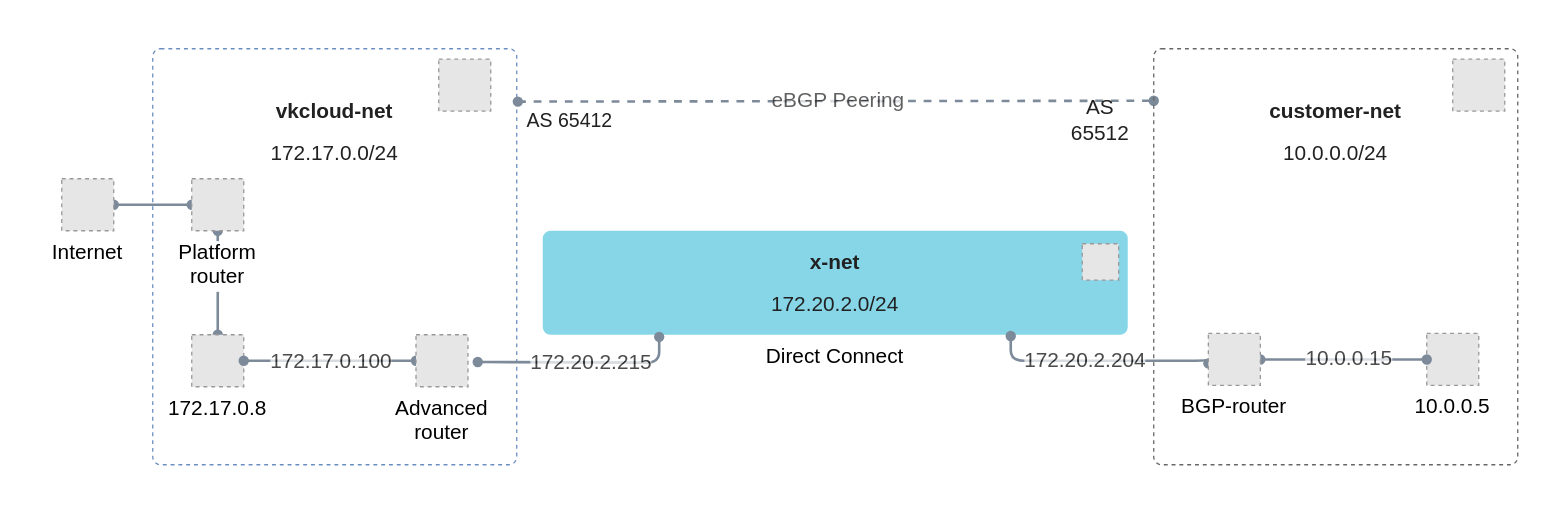
The draw.io diagram page "after" (2 of 2) of docs/ru/networks/vnet/use-cases/advanced-router/assets/advanced-router.drawio in vk-cs/docs-public, before the edit. Source tidied: cells renumbered, new cells numbered last; positions are measured from the earlier drawing's top-left corner, leaving out a move shared by most shapes. Both pictures are drawn from the tidied source at 130%, with x=0, y=0 at pixel (22, 22). Pictures stored in the file or linked from it are replaced by grey dashed boxes.
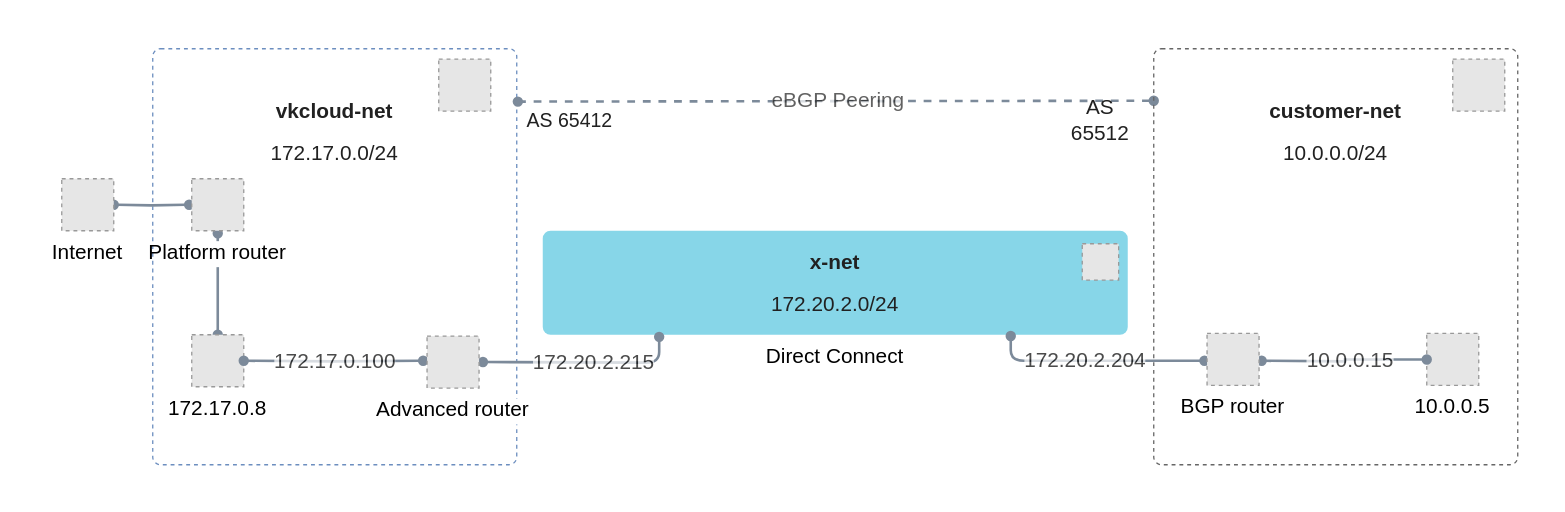
The same diagram, later.

Unchanged cells that the change refers to:
```xml
<mxCell id="8" value="&lt;p style=&quot;line-height: 200%; font-size: 16px;&quot;&gt;&lt;font style=&quot;font-size: 16px;&quot; color=&quot;#212121&quot;&gt;&lt;b&gt;x-net&lt;br&gt;&lt;/b&gt;172.20.2.0/24&lt;br&gt;&lt;/font&gt;&lt;/p&gt;" style="rounded=1;whiteSpace=wrap;html=1;fontFamily=VK Sans Display;strokeColor=none;arcsize=12;fillColor=#87D6E8;spacing=0;spacingTop=12;spacingBottom=12;arcSize=12;absoluteArcSize=1;dashed=1;" parent="1" vertex="1">
  <mxGeometry x="400" y="160" width="450" height="80" as="geometry" />
</mxCell>
<mxCell id="12" value="172.17.0.8" style="fillColor=#E6E6E6;strokeColor=#999999;dashed=1;verticalLabelPosition=bottom;labelBackgroundColor=default;verticalAlign=top;fontSize=16;fontFamily=VK Sans Display;" parent="1" vertex="1">
  <mxGeometry x="130" y="240" width="40" height="40" as="geometry" />
</mxCell>
<mxCell id="20" value="10.0.0.5" style="fillColor=#E6E6E6;strokeColor=#999999;dashed=1;verticalLabelPosition=bottom;labelBackgroundColor=default;verticalAlign=top;fontFamily=VK Sans Display;fontSize=16;" parent="1" vertex="1">
  <mxGeometry x="1080" y="239" width="40" height="40" as="geometry" />
</mxCell>
<mxCell id="27" value="Internet" style="fillColor=#E6E6E6;strokeColor=#999999;dashed=1;verticalLabelPosition=bottom;labelBackgroundColor=default;verticalAlign=top;fontSize=16;fontFamily=VK Sans Display;" parent="1" vertex="1">
  <mxGeometry x="30" y="120" width="40" height="40" as="geometry" />
</mxCell>
```

Change to the diagram source:
```diff
@@
-    <mxCell id="11" style="edgeStyle=orthogonalEdgeStyle;shape=connector;rounded=0;hachureGap=4;jettySize=auto;html=1;labelBackgroundColor=default;strokeColor=#7C8A9A;strokeWidth=2;fontFamily=Architects Daughter;fontSize=16;fontColor=default;startArrow=oval;startFill=1;endArrow=oval;endFill=1;" parent="1" edge="1" source="12" target="14">
-      <mxGeometry relative="1" as="geometry" />
+    <mxCell id="11" style="edgeStyle=orthogonalEdgeStyle;shape=connector;rounded=0;hachureGap=4;jettySize=auto;html=1;labelBackgroundColor=default;strokeColor=#7C8A9A;strokeWidth=2;fontFamily=Architects Daughter;fontSize=16;fontColor=default;startArrow=oval;startFill=1;endArrow=oval;endFill=1;" parent="1" edge="1" source="12">
+      <mxGeometry relative="1" as="geometry">
+        <mxPoint x="150" y="162" as="targetPoint" />
+      </mxGeometry>
     </mxCell>
@@
-    <mxCell id="13" style="edgeStyle=orthogonalEdgeStyle;shape=connector;rounded=0;hachureGap=4;jettySize=auto;html=1;exitX=0;exitY=0.5;exitDx=0;exitDy=0;entryX=1;entryY=0.5;entryDx=0;entryDy=0;labelBackgroundColor=default;strokeColor=#7C8A9A;strokeWidth=2;fontFamily=Architects Daughter;fontSize=16;fontColor=default;startArrow=oval;startFill=1;endArrow=oval;endFill=1;" parent="1" edge="1" source="14" target="27">
-      <mxGeometry relative="1" as="geometry" />
+    <mxCell id="13" style="edgeStyle=orthogonalEdgeStyle;shape=connector;rounded=0;hachureGap=4;jettySize=auto;html=1;exitX=0;exitY=0.5;exitDx=0;exitDy=0;entryX=1;entryY=0.5;entryDx=0;entryDy=0;labelBackgroundColor=default;strokeColor=#7C8A9A;strokeWidth=2;fontFamily=Architects Daughter;fontSize=16;fontColor=default;startArrow=oval;startFill=1;endArrow=oval;endFill=1;" parent="1" edge="1" target="27">
+      <mxGeometry relative="1" as="geometry">
+        <mxPoint x="128" y="140" as="sourcePoint" />
+      </mxGeometry>
     </mxCell>
-    <mxCell id="14" value="Platform&#10;router" style="fillColor=#E6E6E6;strokeColor=#999999;dashed=1;verticalLabelPosition=bottom;labelBackgroundColor=default;verticalAlign=top;fontFamily=VK Sans Display;fontSize=16;" parent="1" vertex="1">
-      <mxGeometry x="130" y="120" width="40" height="40" as="geometry" />
-    </mxCell>
-    <mxCell id="15" style="edgeStyle=orthogonalEdgeStyle;shape=connector;rounded=0;hachureGap=4;jettySize=auto;html=1;exitX=0;exitY=0.5;exitDx=0;exitDy=0;entryX=1;entryY=0.5;entryDx=0;entryDy=0;labelBackgroundColor=default;strokeColor=#7C8A9A;strokeWidth=2;fontFamily=Architects Daughter;fontSize=16;fontColor=default;startArrow=oval;startFill=1;endArrow=oval;endFill=1;" parent="1" edge="1" source="19" target="12">
-      <mxGeometry relative="1" as="geometry" />
+    <mxCell id="15" style="edgeStyle=orthogonalEdgeStyle;shape=connector;rounded=0;hachureGap=4;jettySize=auto;html=1;entryX=1;entryY=0.5;entryDx=0;entryDy=0;labelBackgroundColor=default;strokeColor=#7C8A9A;strokeWidth=2;fontFamily=Architects Daughter;fontSize=16;fontColor=default;startArrow=oval;startFill=1;endArrow=oval;endFill=1;" parent="1" edge="1" target="12">
+      <mxGeometry relative="1" as="geometry">
+        <mxPoint x="308" y="260" as="sourcePoint" />
+      </mxGeometry>
     </mxCell>
@@
-    <mxCell id="17" style="edgeStyle=orthogonalEdgeStyle;shape=connector;rounded=1;hachureGap=4;jettySize=auto;html=1;exitX=1;exitY=0.5;exitDx=0;exitDy=0;labelBackgroundColor=default;strokeColor=#7C8A9A;strokeWidth=2;fontFamily=Architects Daughter;fontSize=16;fontColor=default;startArrow=oval;startFill=1;endArrow=oval;endFill=1;entryX=0.199;entryY=1.02;entryDx=0;entryDy=0;entryPerimeter=0;" parent="1" edge="1" target="8">
+    <mxCell id="17" style="edgeStyle=orthogonalEdgeStyle;shape=connector;rounded=1;hachureGap=4;jettySize=auto;html=1;labelBackgroundColor=default;strokeColor=#7C8A9A;strokeWidth=2;fontFamily=Architects Daughter;fontSize=16;fontColor=default;startArrow=oval;startFill=1;endArrow=oval;endFill=1;entryX=0.199;entryY=1.02;entryDx=0;entryDy=0;entryPerimeter=0;" parent="1" edge="1" target="8">
       <mxGeometry relative="1" as="geometry">
-        <mxPoint x="350" y="261" as="sourcePoint" />
+        <mxPoint x="354" y="261" as="sourcePoint" />
       </mxGeometry>
     </mxCell>
@@
-    <mxCell id="19" value="Advanced&#10;router" style="fillColor=#E6E6E6;strokeColor=#999999;dashed=1;verticalLabelPosition=bottom;labelBackgroundColor=default;verticalAlign=top;fontSize=16;fontFamily=VK Sans Display;" parent="1" vertex="1">
-      <mxGeometry x="302.5" y="240" width="40" height="40" as="geometry" />
-    </mxCell>
@@
-    <mxCell id="21" style="edgeStyle=orthogonalEdgeStyle;rounded=0;hachureGap=4;jettySize=auto;html=1;exitX=1;exitY=0.5;exitDx=0;exitDy=0;entryX=0;entryY=0.5;entryDx=0;entryDy=0;fontFamily=Architects Daughter;fontSize=16;strokeWidth=2;endArrow=oval;endFill=1;startArrow=oval;startFill=1;strokeColor=#7C8A9A;" parent="1" edge="1" source="25" target="20">
-      <mxGeometry relative="1" as="geometry" />
+    <mxCell id="21" style="edgeStyle=orthogonalEdgeStyle;rounded=0;hachureGap=4;jettySize=auto;html=1;entryX=0;entryY=0.5;entryDx=0;entryDy=0;fontFamily=Architects Daughter;fontSize=16;strokeWidth=2;endArrow=oval;endFill=1;startArrow=oval;startFill=1;strokeColor=#7C8A9A;" parent="1" edge="1" target="20">
+      <mxGeometry relative="1" as="geometry">
+        <mxPoint x="953" y="260" as="sourcePoint" />
+      </mxGeometry>
     </mxCell>
@@
-    <mxCell id="23" style="edgeStyle=orthogonalEdgeStyle;shape=connector;rounded=1;hachureGap=4;orthogonalLoop=1;jettySize=auto;html=1;exitX=0;exitY=0.5;exitDx=0;exitDy=0;labelBackgroundColor=default;strokeColor=#7C8A9A;strokeWidth=2;fontFamily=Architects Daughter;fontSize=16;fontColor=default;startArrow=oval;startFill=1;endArrow=oval;endFill=1;" parent="1" edge="1">
+    <mxCell id="23" style="edgeStyle=orthogonalEdgeStyle;shape=connector;rounded=1;hachureGap=4;orthogonalLoop=1;jettySize=auto;html=1;labelBackgroundColor=default;strokeColor=#7C8A9A;strokeWidth=2;fontFamily=Architects Daughter;fontSize=16;fontColor=default;startArrow=oval;startFill=1;endArrow=oval;endFill=1;" parent="1" edge="1">
       <mxGeometry relative="1" as="geometry">
-        <mxPoint x="912" y="262" as="sourcePoint" />
+        <mxPoint x="909" y="260" as="sourcePoint" />
         <mxPoint x="760" y="241" as="targetPoint" />
         <Array as="points">
+          <mxPoint x="911" y="260" />
           <mxPoint x="760" y="260" />
         </Array>
       </mxGeometry>
     </mxCell>
@@
-    <mxCell id="25" value="BGP-router" style="fillColor=#E6E6E6;strokeColor=#999999;dashed=1;verticalLabelPosition=bottom;labelBackgroundColor=default;verticalAlign=top;fontSize=16;" parent="1" vertex="1">
-      <mxGeometry x="912" y="239" width="40" height="40" as="geometry" />
-    </mxCell>
@@
+    <mxCell id="14" value="Platform router" style="fillColor=#E6E6E6;strokeColor=#999999;dashed=1;verticalLabelPosition=bottom;labelBackgroundColor=default;verticalAlign=top;fontSize=16;fontFamily=VK Sans Display;" parent="1" vertex="1">
+      <mxGeometry x="130" y="120" width="40" height="40" as="geometry" />
+    </mxCell>
+    <mxCell id="30" value="BGP router" style="fillColor=#E6E6E6;strokeColor=#999999;dashed=1;verticalLabelPosition=bottom;labelBackgroundColor=default;verticalAlign=top;fontSize=16;fontFamily=VK Sans Display;" parent="1" vertex="1">
+      <mxGeometry x="911" y="239" width="40" height="40" as="geometry" />
+    </mxCell>
+    <mxCell id="19" value="Advanced router" style="fillColor=#E6E6E6;strokeColor=#999999;dashed=1;verticalLabelPosition=bottom;labelBackgroundColor=default;verticalAlign=top;fontSize=16;fontFamily=VK Sans Display;" parent="1" vertex="1">
+      <mxGeometry x="311" y="241" width="40" height="40" as="geometry" />
+    </mxCell>
```
